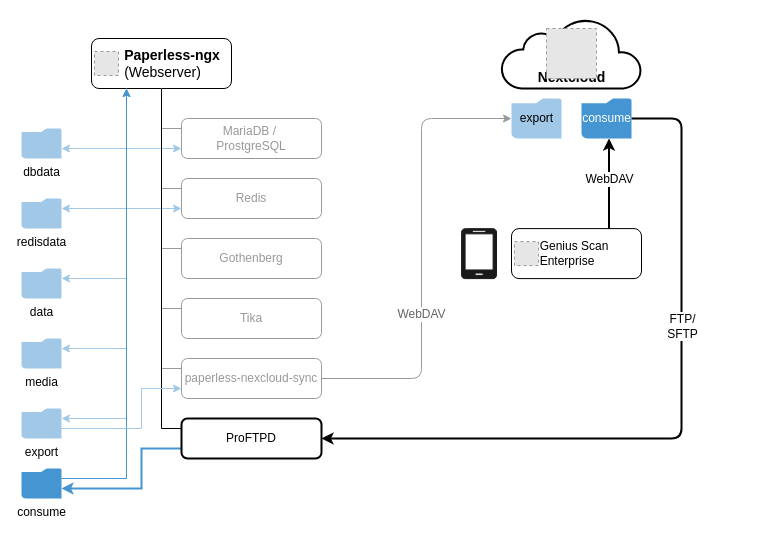
Above: page "Seite-2" (2 of 2) of documentation/my-setup_diagram.drawio in abobot/paperless-nextcloud-sync (draw.io), before the change. Source tidied: cells renumbered, new cells numbered last; positions are measured from the earlier drawing's top-left corner, leaving out a move shared by most shapes. Both pictures are drawn from the tidied source at 100%, with x=0, y=0 at pixel (21, 18). Pictures stored in the file or linked from it are replaced by grey dashed boxes.
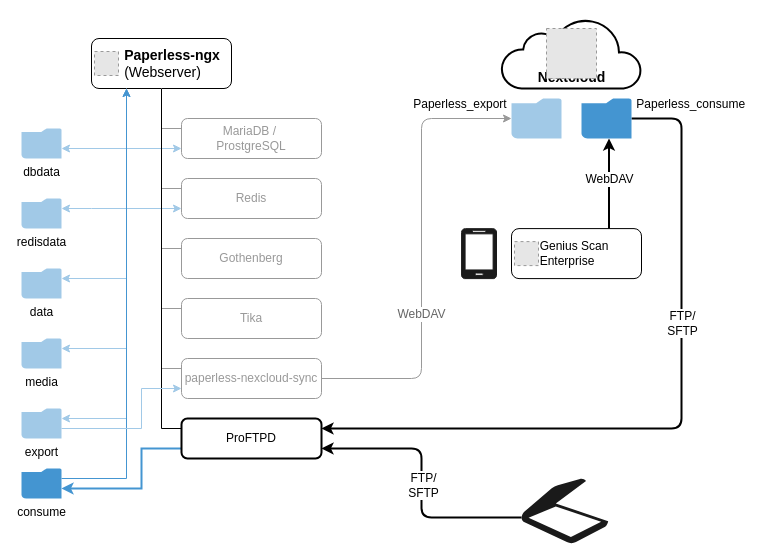
The same diagram, later.

The change refers to these unchanged cells:
```xml
<mxCell id="20" value="ProFTPD" style="rounded=1;whiteSpace=wrap;html=1;align=center;verticalAlign=middle;fontFamily=Helvetica;fontSize=12;strokeColor=default;fontColor=default;fillColor=default;strokeWidth=2;" parent="1" vertex="1">
  <mxGeometry x="160" y="400" width="140" height="40" as="geometry" />
</mxCell>
```

Diff of the diagram source:
```diff
@@
-    <mxCell id="21" style="edgeStyle=orthogonalEdgeStyle;rounded=1;jettySize=auto;html=1;entryX=1;entryY=0.5;entryDx=0;entryDy=0;align=center;verticalAlign=middle;fontFamily=Helvetica;fontSize=12;fontColor=default;strokeColor=default;labelBackgroundColor=default;endArrow=classic;fillColor=#FAFAFA;strokeWidth=2;curved=0;" parent="1" edge="1" source="42" target="20">
+    <mxCell id="21" style="edgeStyle=orthogonalEdgeStyle;rounded=1;jettySize=auto;html=1;entryX=1;entryY=0.25;entryDx=0;entryDy=0;align=center;verticalAlign=middle;fontFamily=Helvetica;fontSize=12;fontColor=default;strokeColor=default;labelBackgroundColor=default;endArrow=classic;fillColor=#FAFAFA;strokeWidth=2;curved=0;" parent="1" edge="1" source="42" target="20">
       <mxGeometry relative="1" as="geometry">
         <Array as="points">
           <mxPoint x="660" y="100" />
-          <mxPoint x="660" y="420" />
+          <mxPoint x="660" y="410" />
         </Array>
       </mxGeometry>
     </mxCell>
@@
-    <mxCell id="41" value="export" style="shadow=0;dashed=0;html=1;strokeColor=none;fillColor=#A1C9E7;labelPosition=center;verticalLabelPosition=middle;verticalAlign=middle;align=center;outlineConnect=0;shape=mxgraph.veeam.2d.folder;fillStyle=auto;fontFamily=Helvetica;fontSize=12;fontColor=default;" parent="1" vertex="1">
+    <mxCell id="41" value="Paperless_export&amp;nbsp;&lt;div&gt;&lt;br&gt;&lt;/div&gt;&lt;div&gt;&lt;br&gt;&lt;/div&gt;" style="shadow=0;dashed=0;html=1;strokeColor=none;fillColor=#A1C9E7;labelPosition=left;verticalLabelPosition=middle;verticalAlign=middle;align=right;outlineConnect=0;shape=mxgraph.veeam.2d.folder;fillStyle=auto;fontFamily=Helvetica;fontSize=12;fontColor=default;" parent="1" vertex="1">
       <mxGeometry x="490" y="80" width="50" height="40" as="geometry" />
     </mxCell>
-    <mxCell id="42" value="consume" style="shadow=0;dashed=0;html=1;strokeColor=none;fillColor=#4495D1;labelPosition=center;verticalLabelPosition=middle;verticalAlign=middle;align=center;outlineConnect=0;shape=mxgraph.veeam.2d.folder;fontColor=#FFFFFF;" parent="1" vertex="1">
+    <mxCell id="42" value="&amp;nbsp;Paperless_consume&lt;div&gt;&lt;br&gt;&lt;/div&gt;&lt;div&gt;&lt;br&gt;&lt;/div&gt;" style="shadow=0;dashed=0;html=1;strokeColor=none;fillColor=#4495D1;labelPosition=right;verticalLabelPosition=middle;verticalAlign=middle;align=left;outlineConnect=0;shape=mxgraph.veeam.2d.folder;fontColor=#000000;" parent="1" vertex="1">
       <mxGeometry x="560" y="80" width="50" height="40" as="geometry" />
     </mxCell>
@@
+    <mxCell id="46" style="edgeStyle=orthogonalEdgeStyle;rounded=1;jettySize=auto;html=1;exitX=0;exitY=0.6;exitDx=0;exitDy=0;exitPerimeter=0;entryX=1;entryY=0.75;entryDx=0;entryDy=0;strokeWidth=2;curved=0;" parent="1" edge="1" source="48" target="20">
+      <mxGeometry relative="1" as="geometry" />
+    </mxCell>
+    <mxCell id="47" value="&lt;font style=&quot;font-size: 12px;&quot;&gt;FTP/&lt;br&gt;SFTP&lt;/font&gt;" style="edgeLabel;html=1;align=center;verticalAlign=middle;" parent="46" vertex="1">
+      <mxGeometry x="-0.03" y="-1" relative="1" as="geometry">
+        <mxPoint y="-3" as="offset" />
+      </mxGeometry>
+    </mxCell>
+    <mxCell id="48" style="fontColor=#0066CC;verticalAlign=top;verticalLabelPosition=bottom;labelPosition=center;align=center;html=1;outlineConnect=0;fillColor=#1A1A1A;strokeColor=none;gradientColor=none;gradientDirection=north;strokeWidth=2;shape=mxgraph.networks.scanner;" parent="1" vertex="1">
+      <mxGeometry x="500" y="460" width="86.7" height="65" as="geometry" />
+    </mxCell>
```
